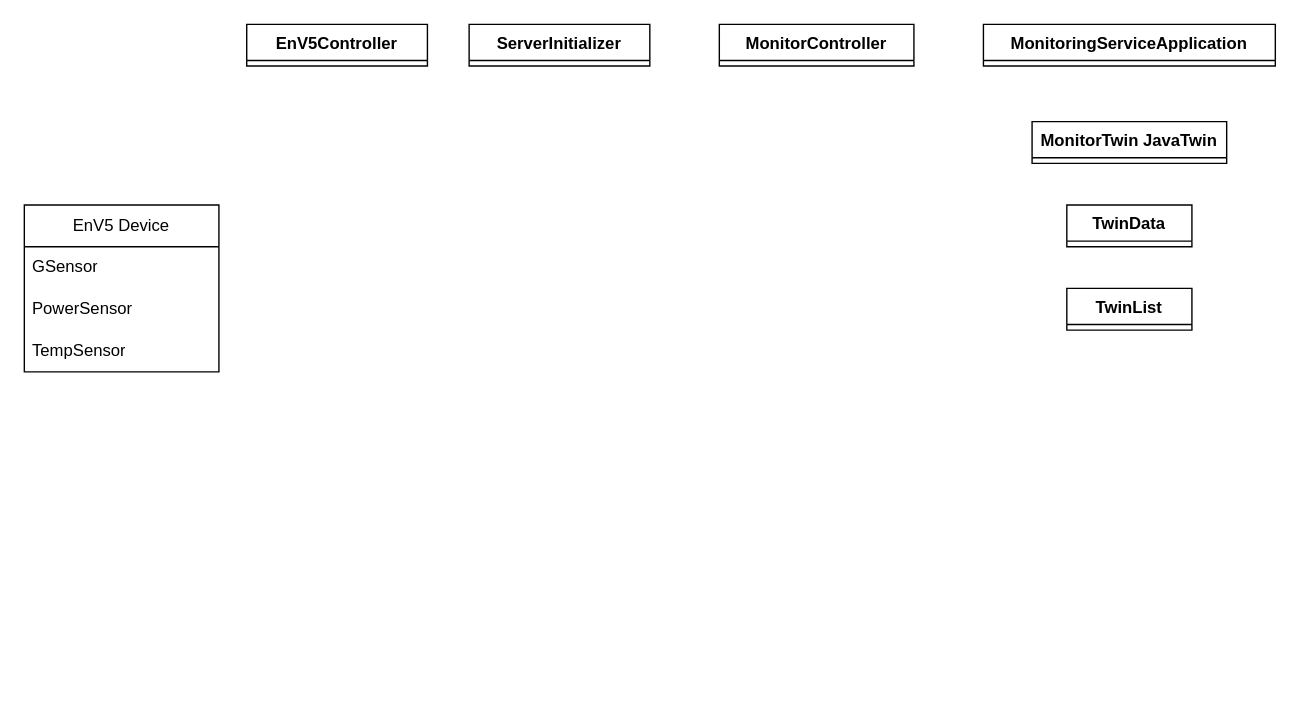
Earlier version of the draw.io diagram page "Main" (1 of 2) of ElasticAI.drawio (HerrCooker/misc). Source tidied: cells renumbered, new cells numbered last; positions are measured from the earlier drawing's top-left corner, leaving out a move shared by most shapes. Both pictures are drawn from the tidied source at 139%, with x=0, y=0 at pixel (24, 24).
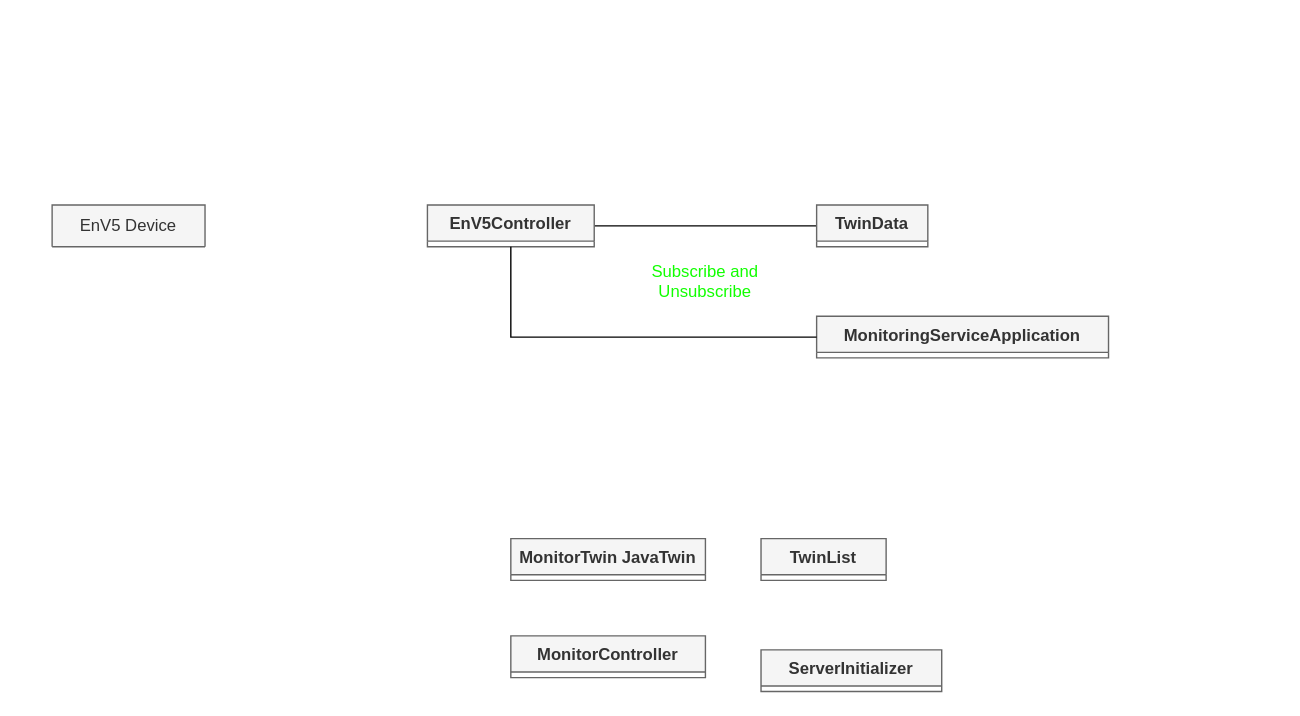
Above is the later version.

Diff of the diagram source:
```diff
@@
 <mxGraphModel>
   <root>
     <mxCell id="0" />
     <mxCell id="1" parent="0" />
-    <mxCell id="2" value="EnV5 Device" style="swimlane;fontStyle=0;horizontal=1;startSize=30;whiteSpace=wrap;html=1;" parent="1" vertex="1">
-      <mxGeometry y="130" width="140" height="120" as="geometry" />
+    <mxCell id="2" value="EnV5 Device" style="swimlane;fontStyle=0;horizontal=1;startSize=30;whiteSpace=wrap;html=1;fillColor=#f5f5f5;fontColor=#333333;strokeColor=#666666;" parent="1" vertex="1" collapsed="1">
+      <mxGeometry x="20" y="130" width="110" height="30" as="geometry" />
     </mxCell>
-    <mxCell id="3" value="GSensor" style="text;strokeColor=none;fillColor=none;align=left;verticalAlign=middle;spacingLeft=4;spacingRight=4;overflow=hidden;whiteSpace=wrap;html=1;" parent="2" vertex="1">
-      <mxGeometry y="30" width="140" height="30" as="geometry" />
-    </mxCell>
-    <mxCell id="4" value="PowerSensor" style="text;strokeColor=none;fillColor=none;align=left;verticalAlign=middle;spacingLeft=4;spacingRight=4;overflow=hidden;whiteSpace=wrap;html=1;" parent="2" vertex="1">
-      <mxGeometry y="60" width="140" height="30" as="geometry" />
-    </mxCell>
-    <mxCell id="5" value="TempSensor" style="text;strokeColor=none;fillColor=none;align=left;verticalAlign=middle;spacingLeft=4;spacingRight=4;overflow=hidden;whiteSpace=wrap;html=1;" parent="2" vertex="1">
-      <mxGeometry y="90" width="140" height="30" as="geometry" />
-    </mxCell>
-    <mxCell id="6" value="TwinData" style="swimlane;fontStyle=1;align=center;verticalAlign=top;horizontal=1;startSize=26;whiteSpace=wrap;html=1;" parent="1" vertex="1" collapsed="1">
-      <mxGeometry x="750" y="130" width="90" height="30" as="geometry" />
-    </mxCell>
+    <mxCell id="13" style="edgeStyle=orthogonalEdgeStyle;rounded=0;jettySize=auto;html=1;entryX=0;entryY=0.5;entryDx=0;entryDy=0;endArrow=none;endFill=0;" parent="1" edge="1" source="7" target="6">
+      <mxGeometry relative="1" as="geometry" />
+    </mxCell>
-    <mxCell id="7" value="EnV5Controller" style="swimlane;fontStyle=1;align=center;verticalAlign=top;horizontal=1;startSize=26;whiteSpace=wrap;html=1;" parent="1" vertex="1" collapsed="1">
-      <mxGeometry x="160" width="130" height="30" as="geometry" />
+    <mxCell id="7" value="EnV5Controller" style="swimlane;fontStyle=1;align=center;verticalAlign=top;horizontal=1;startSize=26;whiteSpace=wrap;html=1;fillColor=#f5f5f5;fontColor=#333333;strokeColor=#666666;" parent="1" vertex="1" collapsed="1">
+      <mxGeometry x="290" y="130" width="120" height="30" as="geometry" />
     </mxCell>
-    <mxCell id="8" value="MonitorController" style="swimlane;fontStyle=1;align=center;verticalAlign=top;horizontal=1;startSize=26;whiteSpace=wrap;html=1;" parent="1" vertex="1" collapsed="1">
-      <mxGeometry x="500" width="140" height="30" as="geometry" />
+    <mxCell id="8" value="MonitorController" style="swimlane;fontStyle=1;align=center;verticalAlign=top;horizontal=1;startSize=26;whiteSpace=wrap;html=1;fillColor=#f5f5f5;fontColor=#333333;strokeColor=#666666;" parent="1" vertex="1" collapsed="1">
+      <mxGeometry x="350" y="440" width="140" height="30" as="geometry" />
     </mxCell>
-    <mxCell id="9" value="MonitoringServiceApplication" style="swimlane;fontStyle=1;align=center;verticalAlign=top;horizontal=1;startSize=26;whiteSpace=wrap;html=1;" parent="1" vertex="1" collapsed="1">
-      <mxGeometry x="690" width="210" height="30" as="geometry" />
+    <mxCell id="9" value="MonitoringServiceApplication" style="swimlane;fontStyle=1;align=center;verticalAlign=top;horizontal=1;startSize=26;whiteSpace=wrap;html=1;fillColor=#f5f5f5;fontColor=#333333;strokeColor=#666666;" parent="1" vertex="1" collapsed="1">
+      <mxGeometry x="570" y="210" width="210" height="30" as="geometry" />
     </mxCell>
-    <mxCell id="10" value="MonitorTwin JavaTwin" style="swimlane;fontStyle=1;align=center;verticalAlign=top;horizontal=1;startSize=26;whiteSpace=wrap;html=1;" parent="1" vertex="1" collapsed="1">
-      <mxGeometry x="725" y="70" width="140" height="30" as="geometry" />
+    <mxCell id="10" value="MonitorTwin JavaTwin" style="swimlane;fontStyle=1;align=center;verticalAlign=top;horizontal=1;startSize=26;whiteSpace=wrap;html=1;fillColor=#f5f5f5;fontColor=#333333;strokeColor=#666666;" parent="1" vertex="1" collapsed="1">
+      <mxGeometry x="350" y="370" width="140" height="30" as="geometry" />
     </mxCell>
-    <mxCell id="11" value="ServerInitializer" style="swimlane;fontStyle=1;align=center;verticalAlign=top;horizontal=1;startSize=26;whiteSpace=wrap;html=1;" parent="1" vertex="1" collapsed="1">
-      <mxGeometry x="320" width="130" height="30" as="geometry" />
+    <mxCell id="11" value="ServerInitializer" style="swimlane;fontStyle=1;align=center;verticalAlign=top;horizontal=1;startSize=26;whiteSpace=wrap;html=1;fillColor=#f5f5f5;fontColor=#333333;strokeColor=#666666;" parent="1" vertex="1" collapsed="1">
+      <mxGeometry x="530" y="450" width="130" height="30" as="geometry" />
     </mxCell>
-    <mxCell id="12" value="TwinList" style="swimlane;fontStyle=1;align=center;verticalAlign=top;horizontal=1;startSize=26;whiteSpace=wrap;html=1;" parent="1" vertex="1" collapsed="1">
-      <mxGeometry x="750" y="190" width="90" height="30" as="geometry" />
+    <mxCell id="12" value="TwinList" style="swimlane;fontStyle=1;align=center;verticalAlign=top;horizontal=1;startSize=26;whiteSpace=wrap;html=1;fillColor=#f5f5f5;fontColor=#333333;strokeColor=#666666;" parent="1" vertex="1" collapsed="1">
+      <mxGeometry x="530" y="370" width="90" height="30" as="geometry" />
     </mxCell>
+    <mxCell id="14" value="&lt;font color=&quot;#11ff00&quot;&gt;Subscribe and Unsubscribe&lt;/font&gt;" style="text;html=1;strokeColor=none;fillColor=none;align=center;verticalAlign=middle;whiteSpace=wrap;rounded=0;" parent="1" vertex="1">
+      <mxGeometry x="430" y="170" width="120" height="30" as="geometry" />
+    </mxCell>
+    <mxCell id="6" value="TwinData" style="swimlane;fontStyle=1;align=center;verticalAlign=top;horizontal=1;startSize=26;whiteSpace=wrap;html=1;fillColor=#f5f5f5;fontColor=#333333;strokeColor=#666666;" parent="1" vertex="1" collapsed="1">
+      <mxGeometry x="570" y="130" width="80" height="30" as="geometry" />
+    </mxCell>
+    <mxCell id="15" style="endArrow=none;html=1;rounded=0;entryX=0;entryY=0.5;entryDx=0;entryDy=0;exitX=0.5;exitY=1;exitDx=0;exitDy=0;" parent="1" edge="1" source="7" target="9">
+      <mxGeometry relative="1" as="geometry">
+        <Array as="points">
+          <mxPoint x="350" y="225" />
+        </Array>
+      </mxGeometry>
+    </mxCell>
   </root>
 </mxGraphModel>
```
